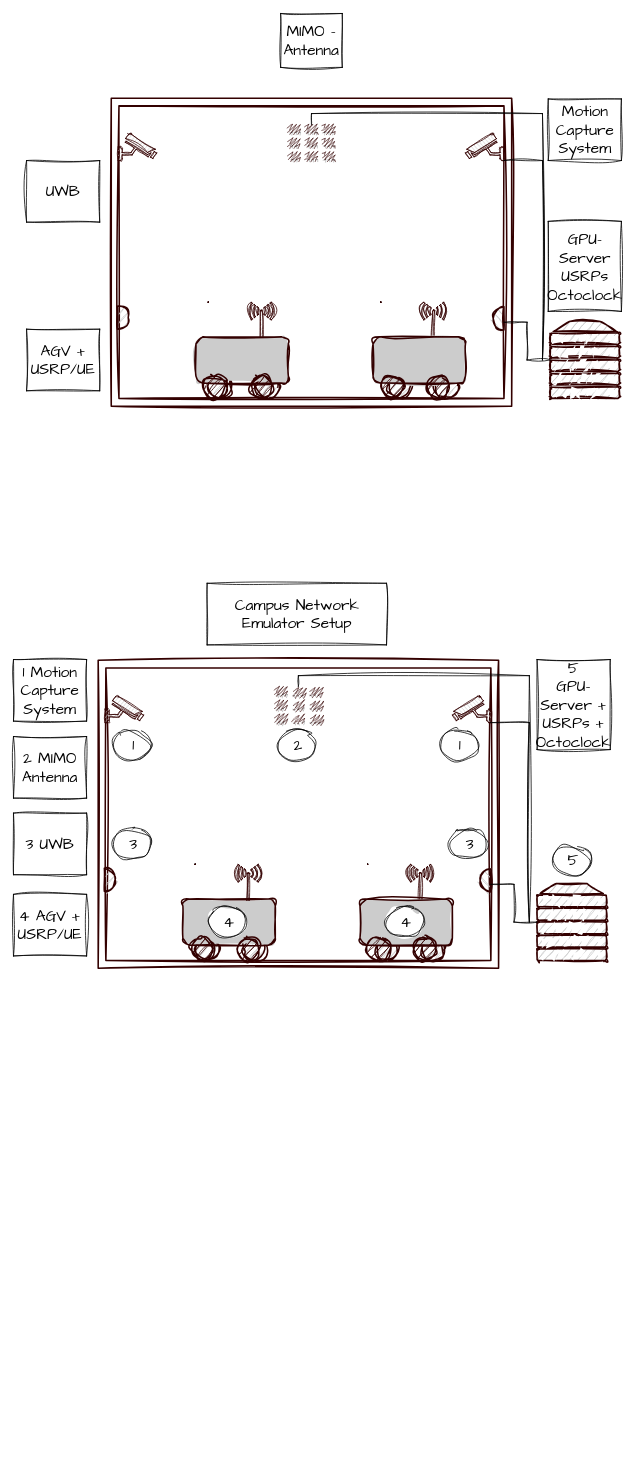
Before: Unbenanntes Diagramm.drawio in dfkirauber/dfkirauber, a draw.io diagram. Source tidied: cells renumbered, new cells numbered last; positions are measured from the earlier drawing's top-left corner, leaving out a move shared by most shapes. Both pictures are drawn from the tidied source at 77%, with x=0, y=0 at pixel (13, 13).
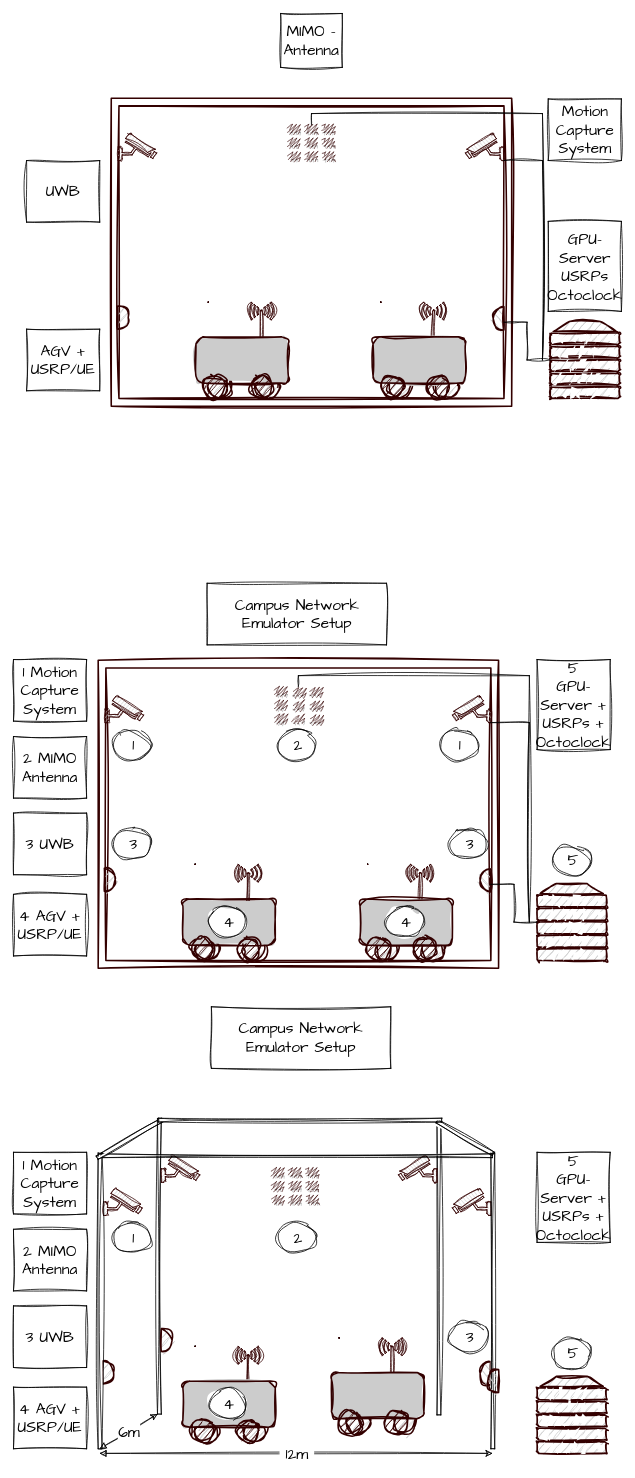
Above is the later version.

The edit, as a diff of the source:
```diff
@@
+    <mxCell id="75" style="rounded=0;whiteSpace=wrap;html=1;sketch=1;hachureGap=4;jiggle=2;curveFitting=1;fontFamily=Architects Daughter;fontSize=20;" parent="1" vertex="1">
+      <mxGeometry x="550" y="1440" width="5" height="380" as="geometry" />
+    </mxCell>
@@
+    <mxCell id="76" style="ellipse;whiteSpace=wrap;html=1;strokeColor=#330000;fillColor=#CCCCCC;sketch=1;curveFitting=1;jiggle=2;perimeterSpacing=0;strokeWidth=2;" parent="1" vertex="1">
+      <mxGeometry x="493" y="1815" width="30" height="30" as="geometry" />
+    </mxCell>
+    <mxCell id="77" style="ellipse;whiteSpace=wrap;html=1;strokeColor=#330000;fillColor=#CCCCCC;sketch=1;curveFitting=1;jiggle=2;perimeterSpacing=0;strokeWidth=2;" parent="1" vertex="1">
+      <mxGeometry x="433" y="1815" width="30" height="30" as="geometry" />
+    </mxCell>
+    <mxCell id="78" style="fontColor=#0066CC;verticalAlign=top;verticalLabelPosition=bottom;labelPosition=center;align=center;html=1;fillColor=#CCCCCC;strokeColor=#330000;gradientColor=none;gradientDirection=north;strokeWidth=1;shape=mxgraph.networks.wireless_modem;sketch=1;curveFitting=1;jiggle=2;perimeterSpacing=0;" parent="1" vertex="1">
+      <mxGeometry x="423" y="1720" width="100" height="85" as="geometry" />
+    </mxCell>
+    <mxCell id="79" style="rounded=1;whiteSpace=wrap;html=1;gradientColor=none;fillColor=#CCCCCC;shadow=0;glass=0;fillStyle=solid;strokeColor=#330000;sketch=1;curveFitting=1;jiggle=2;perimeterSpacing=0;strokeWidth=2;" parent="1" vertex="1">
+      <mxGeometry x="413" y="1765" width="120" height="60" as="geometry" />
+    </mxCell>
+    <mxCell id="80" style="ellipse;whiteSpace=wrap;html=1;strokeColor=#330000;fillColor=#330000;sketch=1;curveFitting=1;jiggle=2;perimeterSpacing=0;strokeWidth=2;" parent="1" vertex="1">
+      <mxGeometry x="423" y="1815" width="30" height="30" as="geometry" />
+    </mxCell>
+    <mxCell id="81" style="ellipse;whiteSpace=wrap;html=1;strokeColor=#330000;fillColor=#330000;sketch=1;curveFitting=1;jiggle=2;perimeterSpacing=0;strokeWidth=2;" parent="1" vertex="1">
+      <mxGeometry x="483" y="1815" width="30" height="30" as="geometry" />
+    </mxCell>
+    <mxCell id="82" style="ellipse;whiteSpace=wrap;html=1;strokeColor=#330000;fillColor=#CCCCCC;sketch=1;curveFitting=1;jiggle=2;perimeterSpacing=0;strokeWidth=2;" parent="1" vertex="1">
+      <mxGeometry x="298" y="1826" width="30" height="30" as="geometry" />
+    </mxCell>
+    <mxCell id="83" style="ellipse;whiteSpace=wrap;html=1;strokeColor=#330000;fillColor=#CCCCCC;sketch=1;curveFitting=1;jiggle=2;perimeterSpacing=0;strokeWidth=2;" parent="1" vertex="1">
+      <mxGeometry x="236" y="1826" width="30" height="30" as="geometry" />
+    </mxCell>
+    <mxCell id="84" style="fontColor=#0066CC;verticalAlign=top;verticalLabelPosition=bottom;labelPosition=center;align=center;html=1;fillColor=#CCCCCC;strokeColor=#330000;gradientColor=none;gradientDirection=north;strokeWidth=1;shape=mxgraph.networks.wireless_modem;sketch=1;curveFitting=1;jiggle=2;perimeterSpacing=0;" parent="1" vertex="1">
+      <mxGeometry x="236" y="1731" width="100" height="85" as="geometry" />
+    </mxCell>
+    <mxCell id="85" style="rounded=1;whiteSpace=wrap;html=1;gradientColor=none;fillColor=#CCCCCC;shadow=0;glass=0;fillStyle=solid;strokeColor=#330000;sketch=1;curveFitting=1;jiggle=2;perimeterSpacing=0;strokeWidth=2;" parent="1" vertex="1">
+      <mxGeometry x="220" y="1776" width="120" height="60" as="geometry" />
+    </mxCell>
+    <mxCell id="86" style="ellipse;whiteSpace=wrap;html=1;strokeColor=#330000;fillColor=#330000;sketch=1;curveFitting=1;jiggle=2;perimeterSpacing=0;strokeWidth=2;" parent="1" vertex="1">
+      <mxGeometry x="230" y="1826" width="30" height="30" as="geometry" />
+    </mxCell>
+    <mxCell id="87" style="ellipse;whiteSpace=wrap;html=1;strokeColor=#330000;fillColor=#330000;sketch=1;curveFitting=1;jiggle=2;perimeterSpacing=0;strokeWidth=2;" parent="1" vertex="1">
+      <mxGeometry x="290" y="1826" width="30" height="30" as="geometry" />
+    </mxCell>
+    <mxCell id="88" style="fontColor=#0066CC;verticalAlign=top;verticalLabelPosition=bottom;labelPosition=center;align=center;html=1;fillColor=#CCCCCC;strokeColor=#330000;gradientColor=none;gradientDirection=north;strokeWidth=2;shape=mxgraph.networks.security_camera;flipV=0;flipH=1;sketch=1;curveFitting=1;jiggle=2;perimeterSpacing=0;" parent="1" vertex="1">
+      <mxGeometry x="570" y="1526" width="50" height="35" as="geometry" />
+    </mxCell>
+    <mxCell id="89" style="shape=or;whiteSpace=wrap;html=1;strokeColor=#330000;fillColor=#CCCCCC;sketch=1;curveFitting=1;jiggle=2;perimeterSpacing=0;strokeWidth=2;" parent="1" vertex="1">
+      <mxGeometry x="116" y="1750" width="14" height="30" as="geometry" />
+    </mxCell>
+    <mxCell id="90" style="fontColor=#0066CC;verticalAlign=top;verticalLabelPosition=bottom;labelPosition=center;align=center;html=1;fillColor=#CCCCCC;strokeColor=#330000;gradientColor=none;gradientDirection=north;strokeWidth=2;shape=mxgraph.networks.security_camera;sketch=1;curveFitting=1;jiggle=2;perimeterSpacing=0;" parent="1" vertex="1">
+      <mxGeometry x="117" y="1526" width="50" height="35" as="geometry" />
+    </mxCell>
+    <mxCell id="91" style="shape=or;whiteSpace=wrap;html=1;flipH=1;strokeColor=#330000;fillColor=#CCCCCC;sketch=1;curveFitting=1;jiggle=2;perimeterSpacing=0;strokeWidth=2;" parent="1" vertex="1">
+      <mxGeometry x="606" y="1751" width="14" height="30" as="geometry" />
+    </mxCell>
+    <mxCell id="92" style="fontColor=#0066CC;verticalAlign=top;verticalLabelPosition=bottom;labelPosition=center;align=center;html=1;fillColor=#CCCCCC;strokeColor=#330000;gradientColor=none;gradientDirection=north;strokeWidth=2;shape=mxgraph.networks.server;sketch=1;curveFitting=1;jiggle=2;perimeterSpacing=0;" parent="1" vertex="1">
+      <mxGeometry x="680" y="1770" width="90" height="100" as="geometry" />
+    </mxCell>
+    <mxCell id="93" style="dashed=0;verticalLabelPosition=bottom;verticalAlign=top;align=center;html=1;shape=mxgraph.aws3.instances_2;fillColor=#330000;gradientColor=none;sketch=1;curveFitting=1;jiggle=2;strokeWidth=1;fillStyle=zigzag;" parent="1" vertex="1">
+      <mxGeometry x="336" y="1499" width="60" height="47" as="geometry" />
+    </mxCell>
+    <mxCell id="94" value="5 &lt;br&gt;&lt;div&gt;GPU-Server +&lt;br&gt;&lt;/div&gt;&lt;div&gt;USRPs +&lt;br&gt;&lt;/div&gt;&lt;div&gt;Octoclock&lt;br&gt;&lt;/div&gt;" style="text;html=1;strokeColor=default;fillColor=none;align=center;verticalAlign=middle;whiteSpace=wrap;rounded=0;fontSize=20;fontFamily=Architects Daughter;sketch=1;curveFitting=1;jiggle=2;" parent="1" vertex="1">
+      <mxGeometry x="680" y="1479" width="95" height="117" as="geometry" />
+    </mxCell>
+    <mxCell id="95" value="4 AGV + USRP/UE" style="text;html=1;strokeColor=default;fillColor=none;align=center;verticalAlign=middle;whiteSpace=wrap;rounded=0;fontSize=20;fontFamily=Architects Daughter;sketch=1;curveFitting=1;jiggle=2;" parent="1" vertex="1">
+      <mxGeometry y="1784" width="95" height="80" as="geometry" />
+    </mxCell>
+    <mxCell id="96" style="ellipse;whiteSpace=wrap;html=1;sketch=1;hachureGap=4;jiggle=2;curveFitting=1;fontFamily=Architects Daughter;fontSize=20;" parent="1" vertex="1">
+      <mxGeometry x="129" y="1570" width="50" height="40" as="geometry" />
+    </mxCell>
+    <mxCell id="97" value="1" style="text;html=1;strokeColor=none;fillColor=none;align=center;verticalAlign=middle;whiteSpace=wrap;rounded=0;fontSize=20;fontFamily=Architects Daughter;" parent="1" vertex="1">
+      <mxGeometry x="126" y="1575" width="60" height="30" as="geometry" />
+    </mxCell>
+    <mxCell id="98" style="ellipse;whiteSpace=wrap;html=1;sketch=1;hachureGap=4;jiggle=2;curveFitting=1;fontFamily=Architects Daughter;fontSize=20;" parent="1" vertex="1">
+      <mxGeometry x="343" y="1570" width="50" height="40" as="geometry" />
+    </mxCell>
+    <mxCell id="99" value="2" style="text;html=1;strokeColor=none;fillColor=none;align=center;verticalAlign=middle;whiteSpace=wrap;rounded=0;fontSize=20;fontFamily=Architects Daughter;" parent="1" vertex="1">
+      <mxGeometry x="340" y="1575" width="60" height="30" as="geometry" />
+    </mxCell>
+    <mxCell id="100" style="ellipse;whiteSpace=wrap;html=1;sketch=1;hachureGap=4;jiggle=2;curveFitting=1;fontFamily=Architects Daughter;fontSize=20;" parent="1" vertex="1">
+      <mxGeometry x="253" y="1786" width="50" height="40" as="geometry" />
+    </mxCell>
+    <mxCell id="101" value="4" style="text;html=1;strokeColor=none;fillColor=none;align=center;verticalAlign=middle;whiteSpace=wrap;rounded=0;fontSize=20;fontFamily=Architects Daughter;" parent="1" vertex="1">
+      <mxGeometry x="250" y="1791" width="60" height="30" as="geometry" />
+    </mxCell>
+    <mxCell id="102" style="ellipse;whiteSpace=wrap;html=1;sketch=1;hachureGap=4;jiggle=2;curveFitting=1;fontFamily=Architects Daughter;fontSize=20;" parent="1" vertex="1">
+      <mxGeometry x="566" y="1698.5" width="50" height="40" as="geometry" />
+    </mxCell>
+    <mxCell id="103" value="3" style="text;html=1;strokeColor=none;fillColor=none;align=center;verticalAlign=middle;whiteSpace=wrap;rounded=0;fontSize=20;fontFamily=Architects Daughter;" parent="1" vertex="1">
+      <mxGeometry x="563" y="1703.5" width="60" height="30" as="geometry" />
+    </mxCell>
+    <mxCell id="104" style="ellipse;whiteSpace=wrap;html=1;sketch=1;hachureGap=4;jiggle=2;curveFitting=1;fontFamily=Architects Daughter;fontSize=20;" parent="1" vertex="1">
+      <mxGeometry x="700" y="1720" width="50" height="40" as="geometry" />
+    </mxCell>
+    <mxCell id="105" value="5" style="text;html=1;strokeColor=none;fillColor=none;align=center;verticalAlign=middle;whiteSpace=wrap;rounded=0;fontSize=20;fontFamily=Architects Daughter;" parent="1" vertex="1">
+      <mxGeometry x="697" y="1725" width="60" height="30" as="geometry" />
+    </mxCell>
+    <mxCell id="106" value="1 Motion Capture System" style="text;html=1;strokeColor=default;fillColor=none;align=center;verticalAlign=middle;whiteSpace=wrap;rounded=0;fontSize=20;fontFamily=Architects Daughter;sketch=1;curveFitting=1;jiggle=2;" parent="1" vertex="1">
+      <mxGeometry y="1479" width="95" height="80" as="geometry" />
+    </mxCell>
+    <mxCell id="107" value="2 MIMO Antenna" style="text;html=1;strokeColor=default;fillColor=none;align=center;verticalAlign=middle;whiteSpace=wrap;rounded=0;fontSize=20;fontFamily=Architects Daughter;sketch=1;curveFitting=1;jiggle=2;" parent="1" vertex="1">
+      <mxGeometry y="1579" width="95" height="80" as="geometry" />
+    </mxCell>
+    <mxCell id="108" value="3 UWB" style="text;html=1;strokeColor=default;fillColor=none;align=center;verticalAlign=middle;whiteSpace=wrap;rounded=0;fontSize=20;fontFamily=Architects Daughter;sketch=1;curveFitting=1;jiggle=2;" parent="1" vertex="1">
+      <mxGeometry y="1678.5" width="95" height="80" as="geometry" />
+    </mxCell>
+    <mxCell id="109" value="Campus Network Emulator Setup" style="text;html=1;strokeColor=default;fillColor=none;align=center;verticalAlign=middle;whiteSpace=wrap;rounded=0;fontSize=20;fontFamily=Architects Daughter;sketch=1;curveFitting=1;jiggle=2;" parent="1" vertex="1">
+      <mxGeometry x="257" y="1290" width="233" height="80" as="geometry" />
+    </mxCell>
+    <mxCell id="110" style="rounded=0;whiteSpace=wrap;html=1;sketch=1;hachureGap=4;jiggle=2;curveFitting=1;fontFamily=Architects Daughter;fontSize=20;" parent="1" vertex="1">
+      <mxGeometry x="110" y="1480" width="5" height="384" as="geometry" />
+    </mxCell>
+    <mxCell id="111" style="rounded=0;whiteSpace=wrap;html=1;sketch=1;hachureGap=4;jiggle=2;curveFitting=1;fontFamily=Architects Daughter;fontSize=20;" parent="1" vertex="1">
+      <mxGeometry x="620" y="1480" width="5" height="384" as="geometry" />
+    </mxCell>
+    <mxCell id="112" style="rounded=0;whiteSpace=wrap;html=1;sketch=1;hachureGap=4;jiggle=2;curveFitting=1;fontFamily=Architects Daughter;fontSize=20;" parent="1" vertex="1">
+      <mxGeometry x="187" y="1435" width="5" height="384" as="geometry" />
+    </mxCell>
+    <mxCell id="113" style="fontColor=#0066CC;verticalAlign=top;verticalLabelPosition=bottom;labelPosition=center;align=center;html=1;fillColor=#CCCCCC;strokeColor=#330000;gradientColor=none;gradientDirection=north;strokeWidth=2;shape=mxgraph.networks.security_camera;sketch=1;curveFitting=1;jiggle=2;perimeterSpacing=0;" parent="1" vertex="1">
+      <mxGeometry x="192" y="1483" width="50" height="35" as="geometry" />
+    </mxCell>
+    <mxCell id="114" style="fontColor=#0066CC;verticalAlign=top;verticalLabelPosition=bottom;labelPosition=center;align=center;html=1;fillColor=#CCCCCC;strokeColor=#330000;gradientColor=none;gradientDirection=north;strokeWidth=2;shape=mxgraph.networks.security_camera;flipV=0;flipH=1;sketch=1;curveFitting=1;jiggle=2;perimeterSpacing=0;" parent="1" vertex="1">
+      <mxGeometry x="500" y="1483" width="50" height="35" as="geometry" />
+    </mxCell>
+    <mxCell id="115" style="rounded=0;whiteSpace=wrap;html=1;sketch=1;hachureGap=4;jiggle=2;curveFitting=1;fontFamily=Architects Daughter;fontSize=20;rotation=90;" parent="1" vertex="1">
+      <mxGeometry x="365.2" y="1229.2" width="5" height="508.5" as="geometry" />
+    </mxCell>
+    <mxCell id="116" style="rounded=0;whiteSpace=wrap;html=1;sketch=1;hachureGap=4;jiggle=2;curveFitting=1;fontFamily=Architects Daughter;fontSize=20;rotation=60;" parent="1" vertex="1">
+      <mxGeometry x="148.6" y="1412.5" width="5" height="98" as="geometry" />
+    </mxCell>
+    <mxCell id="117" style="rounded=0;whiteSpace=wrap;html=1;sketch=1;hachureGap=4;jiggle=2;curveFitting=1;fontFamily=Architects Daughter;fontSize=20;rotation=120;" parent="1" vertex="1">
+      <mxGeometry x="584.1" y="1417.5" width="5" height="84.6" as="geometry" />
+    </mxCell>
+    <mxCell id="118" style="rounded=0;whiteSpace=wrap;html=1;sketch=1;hachureGap=4;jiggle=2;curveFitting=1;fontFamily=Architects Daughter;fontSize=20;rotation=90;" parent="1" vertex="1">
+      <mxGeometry x="369.8" y="1253.2" width="5" height="368" as="geometry" />
+    </mxCell>
+    <mxCell id="119" style="endArrow=classic;html=1;rounded=0;sketch=1;hachureGap=4;jiggle=2;curveFitting=1;fontFamily=Architects Daughter;fontSize=16;startArrow=block;startFill=1;" parent="1" edge="1">
+      <mxGeometry relative="1" as="geometry">
+        <mxPoint x="112" y="1870" as="sourcePoint" />
+        <mxPoint x="622" y="1870" as="targetPoint" />
+      </mxGeometry>
+    </mxCell>
+    <mxCell id="120" value="&amp;nbsp;12m&amp;nbsp; " style="edgeLabel;html=1;align=center;verticalAlign=middle;sketch=1;hachureGap=4;jiggle=2;curveFitting=1;fontFamily=Architects Daughter;fontSize=20;" parent="119" vertex="1">
+      <mxGeometry relative="1" as="geometry" />
+    </mxCell>
+    <mxCell id="121" style="endArrow=classic;html=1;rounded=0;sketch=1;hachureGap=4;jiggle=2;curveFitting=1;fontFamily=Architects Daughter;fontSize=16;startArrow=block;startFill=1;entryX=0;entryY=1;entryDx=0;entryDy=0;" parent="1" edge="1" target="112">
+      <mxGeometry relative="1" as="geometry">
+        <mxPoint x="112" y="1864" as="sourcePoint" />
+      </mxGeometry>
+    </mxCell>
+    <mxCell id="122" value="6m" style="edgeLabel;html=1;align=center;verticalAlign=middle;sketch=1;hachureGap=4;jiggle=2;curveFitting=1;fontFamily=Architects Daughter;fontSize=20;" parent="121" vertex="1">
+      <mxGeometry relative="1" as="geometry" />
+    </mxCell>
+    <mxCell id="123" style="shape=or;whiteSpace=wrap;html=1;strokeColor=#330000;fillColor=#CCCCCC;sketch=1;curveFitting=1;jiggle=2;perimeterSpacing=0;strokeWidth=2;" parent="1" vertex="1">
+      <mxGeometry x="192" y="1707.8" width="14" height="30" as="geometry" />
+    </mxCell>
+    <mxCell id="124" style="shape=or;whiteSpace=wrap;html=1;flipH=1;strokeColor=#330000;fillColor=#CCCCCC;sketch=1;curveFitting=1;jiggle=2;perimeterSpacing=0;strokeWidth=2;" parent="1" vertex="1">
+      <mxGeometry x="616" y="1761" width="14" height="30" as="geometry" />
+    </mxCell>
```
